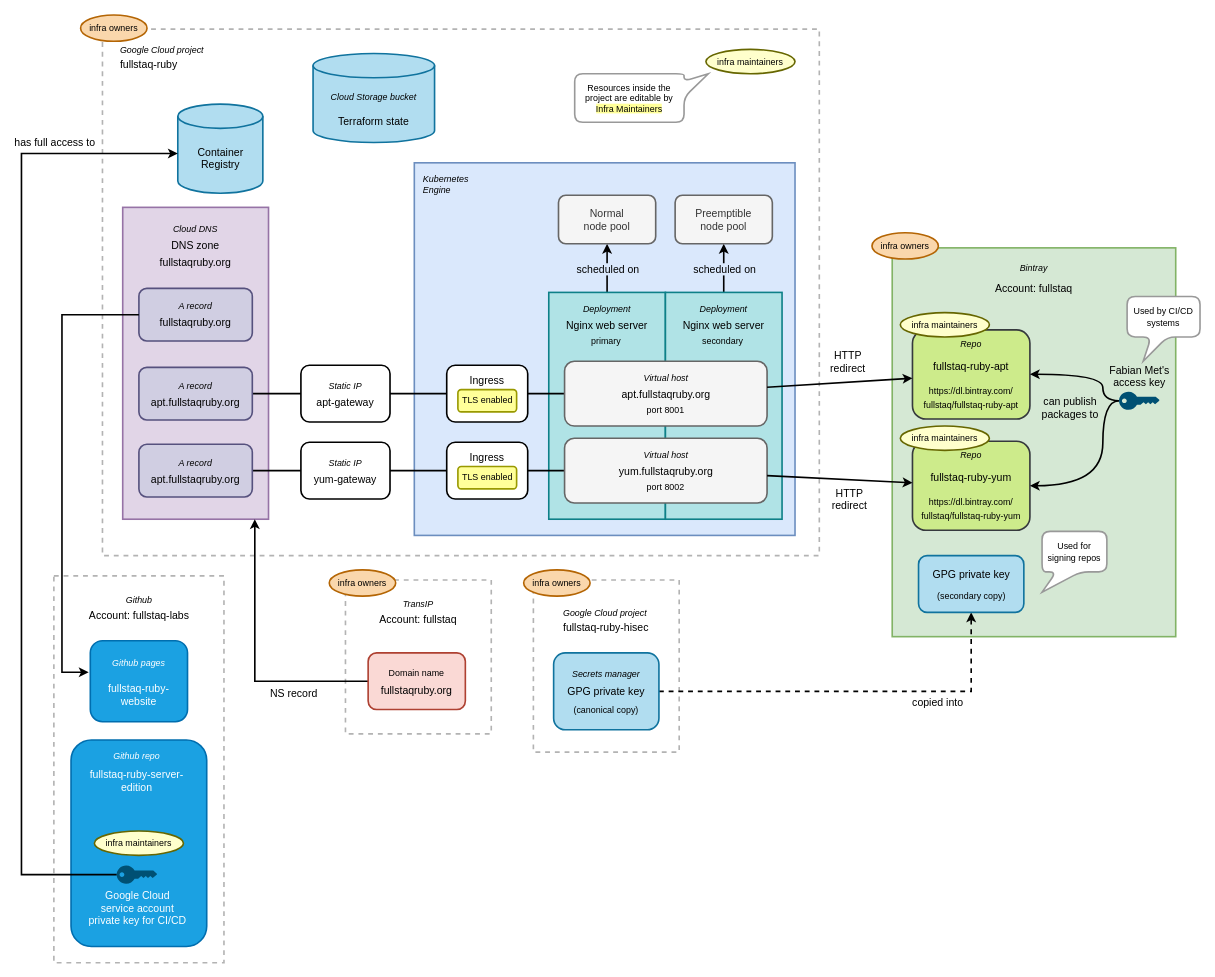
fullstaq-ruby/infra keeps this draw.io diagram as docs/infrastructure-overview.drawio. Above is the earlier version. Source tidied: cells renumbered, new cells numbered last; positions are measured from the earlier drawing's top-left corner, leaving out a move shared by most shapes. Both pictures are drawn from the tidied source at 81%, with x=0, y=0 at pixel (21, 15).
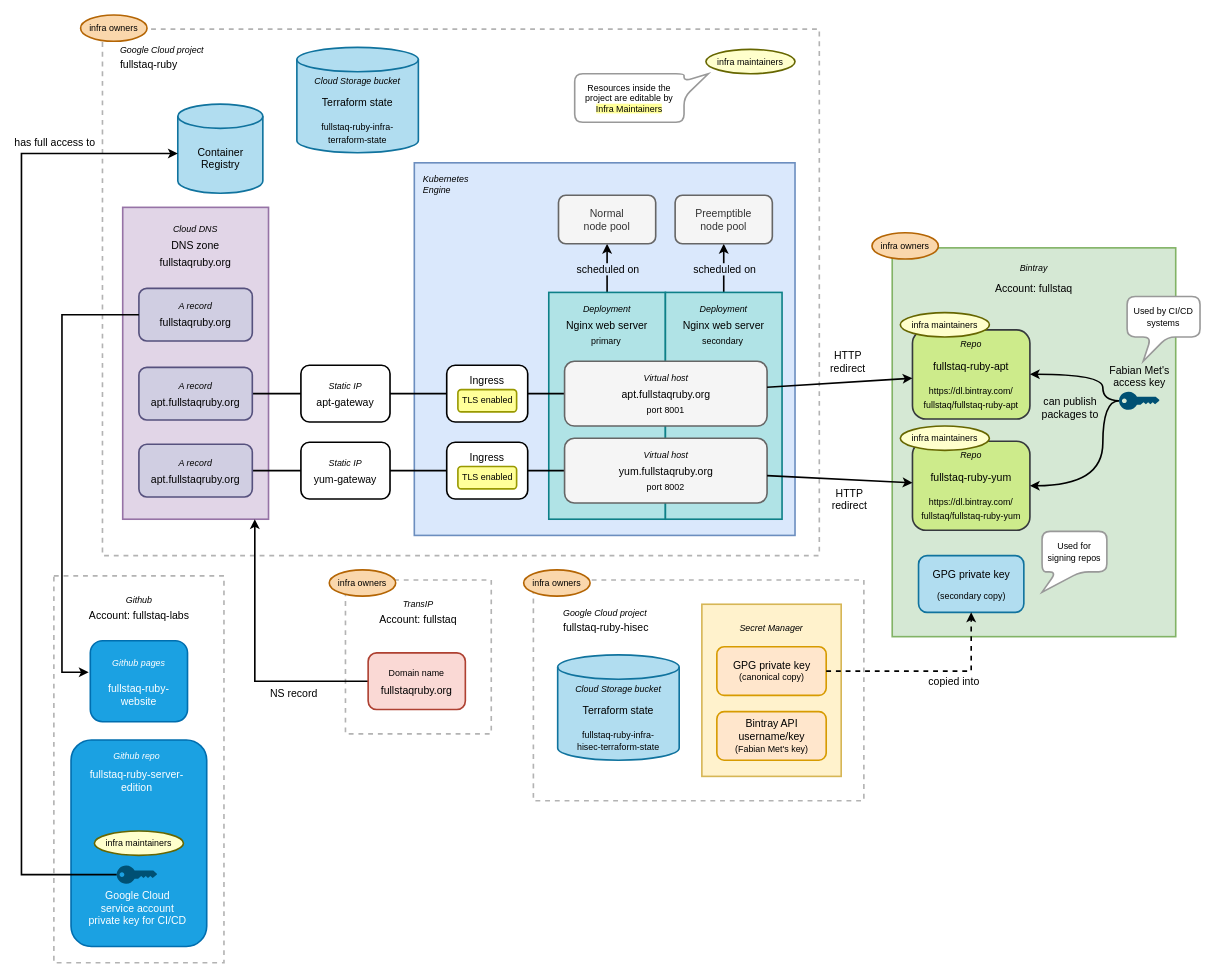
The same diagram, later.

Commit message (it also covers changes not shown here):
Document hisec Terraform state & Bintray API key in Secret Manager in the infrastructure overview

The change refers to these unchanged cells:
```xml
<mxCell id="73" value="&lt;font style=&quot;line-height: 200%&quot;&gt;GPG private key&lt;br&gt;&lt;font style=&quot;font-size: 11px&quot;&gt;(secondary copy)&lt;/font&gt;&lt;br&gt;&lt;/font&gt;" style="rounded=1;whiteSpace=wrap;html=1;shadow=0;glass=0;labelBackgroundColor=none;sketch=0;strokeColor=#10739e;strokeWidth=2;fillColor=#b1ddf0;fontSize=13;align=center;" parent="1" vertex="1">
  <mxGeometry x="1107.5" y="667.5" width="130" height="70" as="geometry" />
</mxCell>
```

Diff of the diagram source:
```diff
@@
     <mxCell id="50" style="rounded=0;whiteSpace=wrap;html=1;shadow=0;glass=0;sketch=0;strokeWidth=2;fontSize=11;align=center;dashed=1;strokeColor=#B3B3B3;" parent="1" vertex="1">
-      <mxGeometry x="632" y="697.5" width="180" height="212.5" as="geometry" />
+      <mxGeometry x="632" y="697.5" width="408" height="272.5" as="geometry" />
     </mxCell>
@@
-    <mxCell id="52" style="edgeStyle=orthogonalEdgeStyle;rounded=0;jumpStyle=none;jettySize=auto;html=1;startArrow=none;startFill=0;endArrow=classic;endFill=1;strokeWidth=2;fontSize=13;dashed=1;" parent="1" edge="1" source="54" target="73">
-      <mxGeometry relative="1" as="geometry" />
-    </mxCell>
-    <mxCell id="53" value="copied into" style="edgeLabel;html=1;align=center;verticalAlign=middle;fontSize=13;" parent="52" vertex="1">
-      <mxGeometry x="0.21" y="-3" relative="1" as="geometry">
-        <mxPoint x="51.3" y="9.5" as="offset" />
-      </mxGeometry>
-    </mxCell>
-    <mxCell id="54" value="&lt;p style=&quot;line-height: 200%&quot;&gt;&lt;i&gt;Secrets manager&lt;/i&gt;&lt;br style=&quot;font-size: 13px&quot;&gt;&lt;font&gt;&lt;font style=&quot;font-size: 13px&quot;&gt;GPG private key&lt;/font&gt;&lt;br&gt;&lt;/font&gt;(canonical copy)&lt;/p&gt;" style="rounded=1;whiteSpace=wrap;html=1;shadow=0;glass=0;labelBackgroundColor=none;sketch=0;strokeColor=#10739e;strokeWidth=2;fillColor=#b1ddf0;fontSize=11;align=center;" parent="1" vertex="1">
-      <mxGeometry x="657" y="787.5" width="130" height="95" as="geometry" />
+    <mxCell id="54" value="&lt;p style=&quot;line-height: 200%&quot;&gt;&lt;i&gt;Secret Manager&lt;/i&gt;&lt;br&gt;&lt;/p&gt;" style="rounded=0;whiteSpace=wrap;html=1;shadow=0;glass=0;labelBackgroundColor=none;sketch=0;strokeColor=#d6b656;strokeWidth=2;fillColor=#fff2cc;fontSize=11;align=center;labelPosition=center;verticalLabelPosition=middle;verticalAlign=top;" parent="1" vertex="1">
+      <mxGeometry x="840" y="727.5" width="172" height="212.5" as="geometry" />
     </mxCell>
@@
     <mxCell id="67" style="group;" parent="1" vertex="1">
-      <mxGeometry x="360" y="47.5" width="150" height="110" as="geometry" />
+      <mxGeometry x="340" y="40" width="150" height="130" as="geometry" />
     </mxCell>
     <mxCell id="68" value="&lt;p style=&quot;line-height: 160%&quot;&gt;&lt;br&gt;&lt;/p&gt;" style="shape=cylinder2;whiteSpace=wrap;html=1;boundedLbl=1;backgroundOutline=1;size=15;rounded=0;shadow=0;glass=0;sketch=0;strokeColor=#10739e;strokeWidth=2;fontSize=11;align=center;fillColor=#b1ddf0;" parent="67" vertex="1">
-      <mxGeometry width="150" height="110" as="geometry" />
+      <mxGeometry width="150" height="130" as="geometry" />
     </mxCell>
-    <mxCell id="69" value="&lt;p style=&quot;line-height: 120%&quot;&gt;&lt;i&gt;Cloud Storage bucket&lt;br&gt;&lt;/i&gt;&lt;br&gt;&lt;font style=&quot;font-size: 13px ; line-height: 160%&quot;&gt;Terraform state&lt;/font&gt;&lt;/p&gt;" style="text;html=1;strokeColor=none;fillColor=none;align=center;verticalAlign=middle;whiteSpace=wrap;rounded=0;shadow=0;glass=0;sketch=0;fontSize=11;" parent="67" vertex="1">
-      <mxGeometry x="5" y="36" width="140" height="70" as="geometry" />
+    <mxCell id="69" value="&lt;p style=&quot;line-height: 120%&quot;&gt;&lt;i&gt;Cloud Storage bucket&lt;br&gt;&lt;/i&gt;&lt;br&gt;&lt;font style=&quot;line-height: 135%&quot;&gt;&lt;span style=&quot;font-size: 13px&quot;&gt;Terraform state&lt;/span&gt;&lt;br&gt;&lt;br&gt;&lt;font style=&quot;font-size: 11px&quot;&gt;fullstaq-ruby-infra-&lt;br&gt;terraform-state&lt;/font&gt;&lt;br&gt;&lt;/font&gt;&lt;/p&gt;" style="text;html=1;strokeColor=none;fillColor=none;align=center;verticalAlign=middle;whiteSpace=wrap;rounded=0;shadow=0;glass=0;sketch=0;fontSize=11;" parent="67" vertex="1">
+      <mxGeometry x="5" y="42.5" width="140" height="70" as="geometry" />
     </mxCell>
@@
+    <mxCell id="95" value="&lt;font style=&quot;font-size: 13px&quot;&gt;GPG private key&lt;/font&gt;&lt;br&gt;&lt;font style=&quot;font-size: 11px&quot;&gt;(canonical copy)&lt;/font&gt;" style="rounded=1;whiteSpace=wrap;html=1;strokeWidth=2;fillColor=#ffe6cc;strokeColor=#d79b00;" parent="1" vertex="1">
+      <mxGeometry x="858.5" y="780" width="135" height="60" as="geometry" />
+    </mxCell>
+    <mxCell id="96" value="&lt;span style=&quot;font-size: 13px&quot;&gt;Bintray API username/key&lt;/span&gt;&lt;br&gt;&lt;font style=&quot;font-size: 11px&quot;&gt;(Fabian Met's key)&lt;/font&gt;" style="rounded=1;whiteSpace=wrap;html=1;strokeWidth=2;fillColor=#ffe6cc;strokeColor=#d79b00;" parent="1" vertex="1">
+      <mxGeometry x="858.5" y="860" width="135" height="60" as="geometry" />
+    </mxCell>
+    <mxCell id="52" style="edgeStyle=orthogonalEdgeStyle;rounded=0;jumpStyle=none;jettySize=auto;html=1;startArrow=none;startFill=0;endArrow=classic;endFill=1;strokeWidth=2;fontSize=13;dashed=1;" parent="1" edge="1" source="95" target="73">
+      <mxGeometry relative="1" as="geometry" />
+    </mxCell>
+    <mxCell id="53" value="copied into" style="edgeLabel;html=1;align=center;verticalAlign=middle;fontSize=13;" parent="52" vertex="1">
+      <mxGeometry x="0.21" y="-3" relative="1" as="geometry">
+        <mxPoint x="4.5" y="9.5" as="offset" />
+      </mxGeometry>
+    </mxCell>
+    <mxCell id="97" value="&lt;p style=&quot;line-height: 160%&quot;&gt;&lt;br&gt;&lt;/p&gt;" style="shape=cylinder2;whiteSpace=wrap;html=1;boundedLbl=1;backgroundOutline=1;size=15;rounded=0;shadow=0;glass=0;sketch=0;strokeColor=#10739e;strokeWidth=2;fontSize=11;align=center;fillColor=#b1ddf0;" parent="1" vertex="1">
+      <mxGeometry x="662" y="790" width="150" height="130" as="geometry" />
+    </mxCell>
+    <mxCell id="98" value="&lt;p style=&quot;line-height: 120%&quot;&gt;&lt;i&gt;Cloud Storage bucket&lt;br&gt;&lt;/i&gt;&lt;br&gt;&lt;font style=&quot;line-height: 135%&quot;&gt;&lt;span style=&quot;font-size: 13px&quot;&gt;Terraform state&lt;/span&gt;&lt;br&gt;&lt;br&gt;&lt;font style=&quot;font-size: 11px&quot;&gt;fullstaq-ruby-infra-&lt;br&gt;hisec-terraform-state&lt;/font&gt;&lt;br&gt;&lt;/font&gt;&lt;/p&gt;" style="text;html=1;strokeColor=none;fillColor=none;align=center;verticalAlign=middle;whiteSpace=wrap;rounded=0;shadow=0;glass=0;sketch=0;fontSize=11;" parent="1" vertex="1">
+      <mxGeometry x="667" y="832.5" width="140" height="70" as="geometry" />
+    </mxCell>
```
